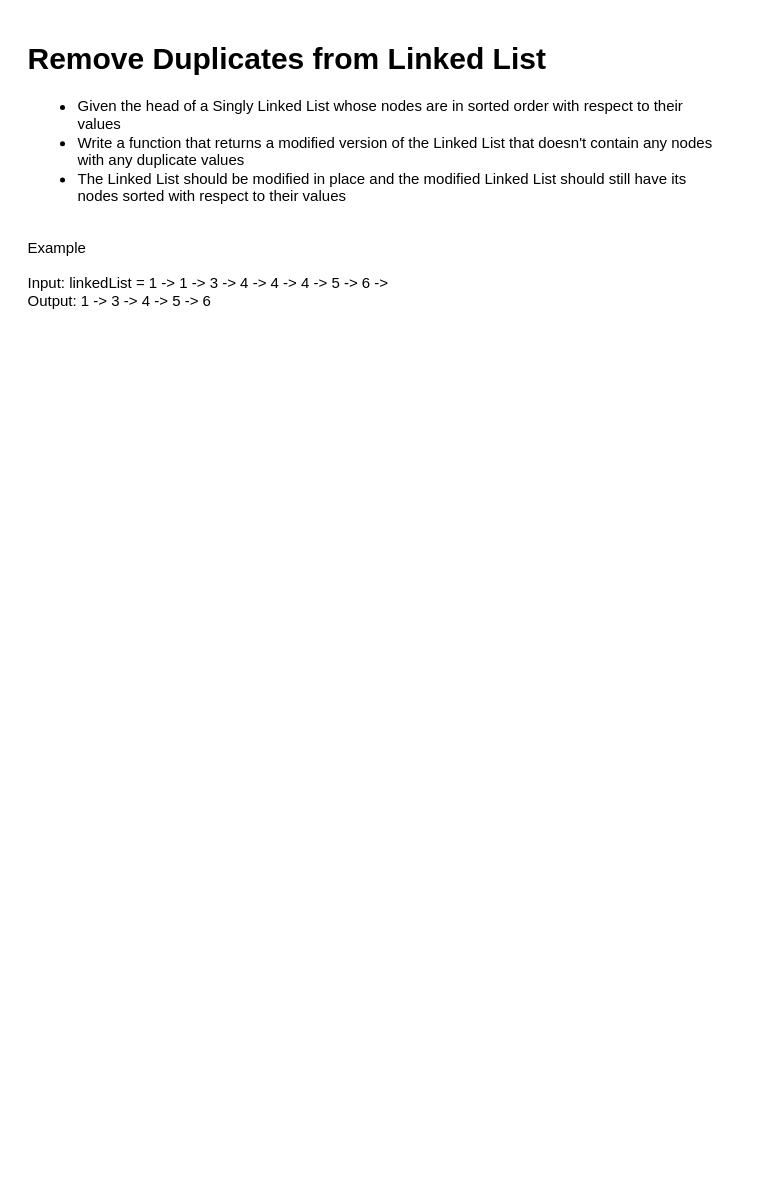
The draw.io diagram src/remove-duplicates-from-linked-list.drawio in aj03794/leetcode-problems, before the edit. Source tidied: cells renumbered, new cells numbered last; positions are measured from the earlier drawing's top-left corner, leaving out a move shared by most shapes. Both pictures are drawn from the tidied source at 125%, with x=0, y=0 at pixel (21, 34).
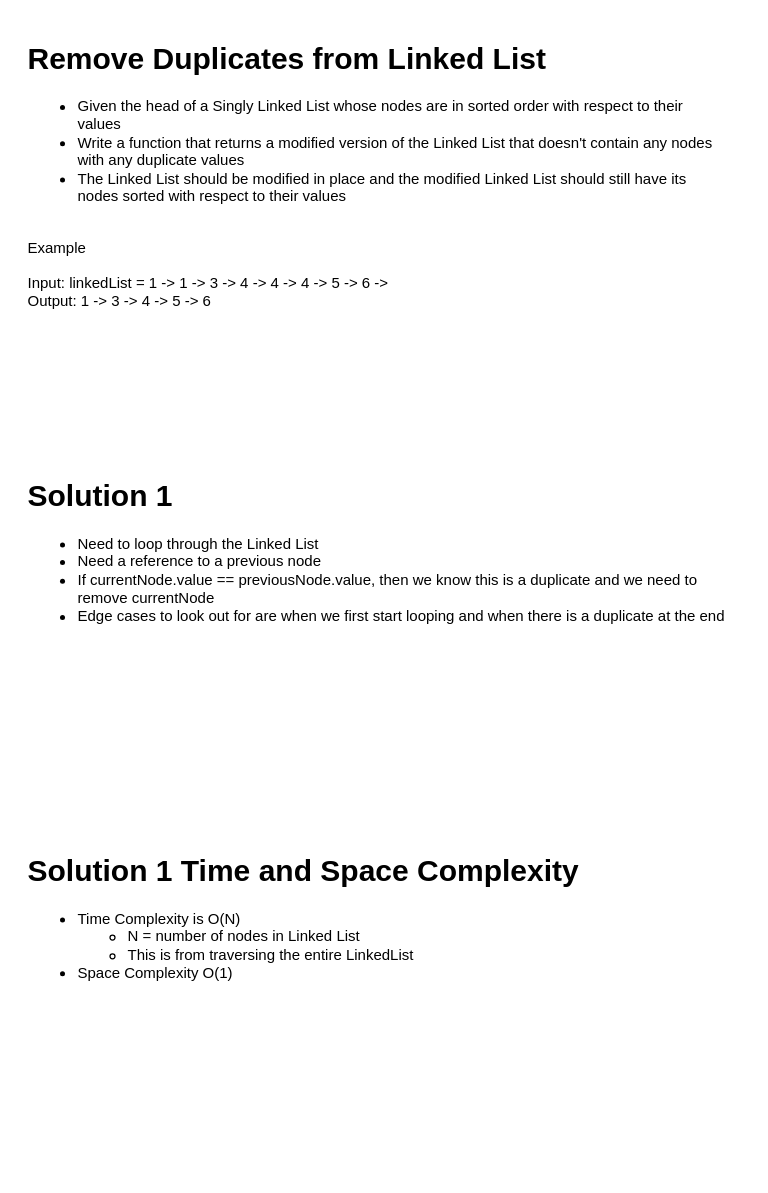
After the change.

The edit, as a diff of the source:
```diff
@@
 <mxGraphModel>
   <root>
     <mxCell id="0" />
     <mxCell id="1" parent="0" />
     <mxCell id="2" value="&lt;h1&gt;Remove Duplicates from Linked List&lt;/h1&gt;&lt;p&gt;&lt;/p&gt;&lt;ul&gt;&lt;li&gt;Given the head of a Singly Linked List whose nodes are in sorted order with respect to their values&lt;/li&gt;&lt;li&gt;Write a function that returns a modified version of the Linked List that doesn't contain any nodes with any duplicate values&lt;/li&gt;&lt;li&gt;The Linked List should be modified in place and the modified Linked List should still have its nodes sorted with respect to their values&lt;/li&gt;&lt;/ul&gt;&lt;div&gt;&lt;br&gt;&lt;/div&gt;&lt;div&gt;Example&lt;/div&gt;&lt;div&gt;&lt;br&gt;&lt;/div&gt;&lt;div&gt;Input: linkedList = 1 -&amp;gt; 1 -&amp;gt; 3 -&amp;gt; 4 -&amp;gt; 4 -&amp;gt; 4 -&amp;gt; 5 -&amp;gt; 6 -&amp;gt;&lt;/div&gt;&lt;div&gt;Output: 1 -&amp;gt; 3 -&amp;gt; 4 -&amp;gt; 5 -&amp;gt; 6&lt;/div&gt;&lt;p&gt;&lt;/p&gt;" style="text;html=1;strokeColor=none;fillColor=none;spacing=5;spacingTop=-20;whiteSpace=wrap;overflow=hidden;rounded=0;" parent="1" vertex="1">
       <mxGeometry width="560" height="320" as="geometry" />
     </mxCell>
+    <mxCell id="3" value="&lt;h1&gt;Solution 1&lt;/h1&gt;&lt;p&gt;&lt;/p&gt;&lt;ul&gt;&lt;li&gt;Need to loop through the Linked List&lt;/li&gt;&lt;li&gt;Need a reference to a previous node&lt;/li&gt;&lt;li&gt;If currentNode.value == previousNode.value, then we know this is a duplicate and we need to remove currentNode&lt;/li&gt;&lt;li&gt;Edge cases to look out for are when we first start looping and when there is a duplicate at the end&lt;/li&gt;&lt;/ul&gt;&lt;p&gt;&lt;/p&gt;" style="text;html=1;strokeColor=none;fillColor=none;spacing=5;spacingTop=-20;whiteSpace=wrap;overflow=hidden;rounded=0;" parent="1" vertex="1">
+      <mxGeometry y="350" width="580" height="260" as="geometry" />
+    </mxCell>
+    <mxCell id="4" value="&lt;h1&gt;Solution 1 Time and Space Complexity&lt;/h1&gt;&lt;p&gt;&lt;/p&gt;&lt;ul&gt;&lt;li&gt;Time Complexity is O(N)&lt;/li&gt;&lt;ul&gt;&lt;li&gt;N = number of nodes in Linked List&lt;/li&gt;&lt;li&gt;This is from traversing the entire LinkedList&lt;/li&gt;&lt;/ul&gt;&lt;li&gt;Space Complexity O(1)&lt;/li&gt;&lt;/ul&gt;&lt;p&gt;&lt;/p&gt;" style="text;html=1;strokeColor=none;fillColor=none;spacing=5;spacingTop=-20;whiteSpace=wrap;overflow=hidden;rounded=0;" parent="1" vertex="1">
+      <mxGeometry y="650" width="580" height="260" as="geometry" />
+    </mxCell>
   </root>
 </mxGraphModel>
```
